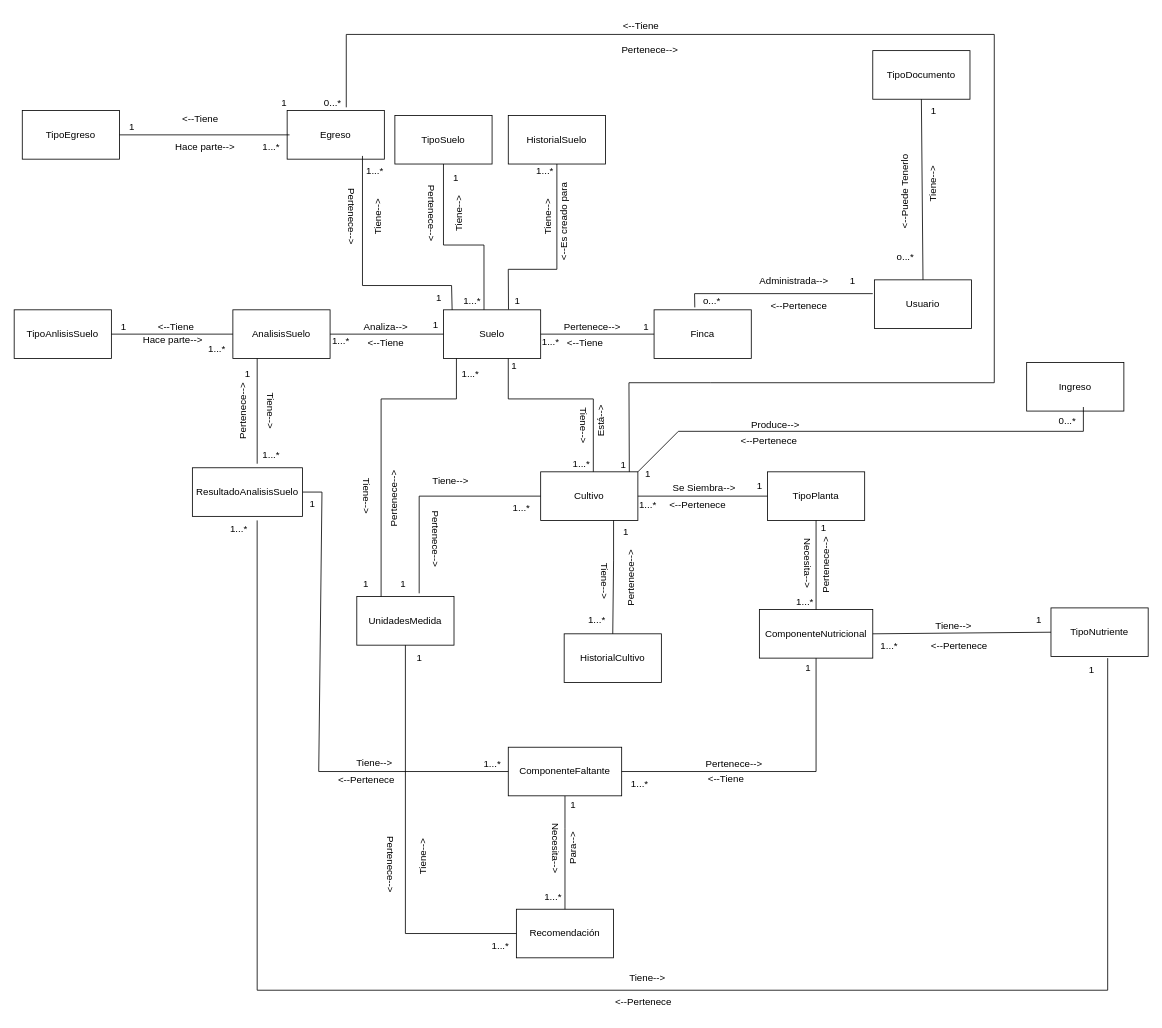
1193090526alexander/IngenieriaDeSotwareII keeps this draw.io diagram as proyecto de clase cropscan/CropScan.drawio. Above is the earlier version. Source tidied: cells renumbered, new cells numbered last; positions are measured from the earlier drawing's top-left corner, leaving out a move shared by most shapes. Both pictures are drawn from the tidied source at 81%, with x=0, y=0 at pixel (14, 14).
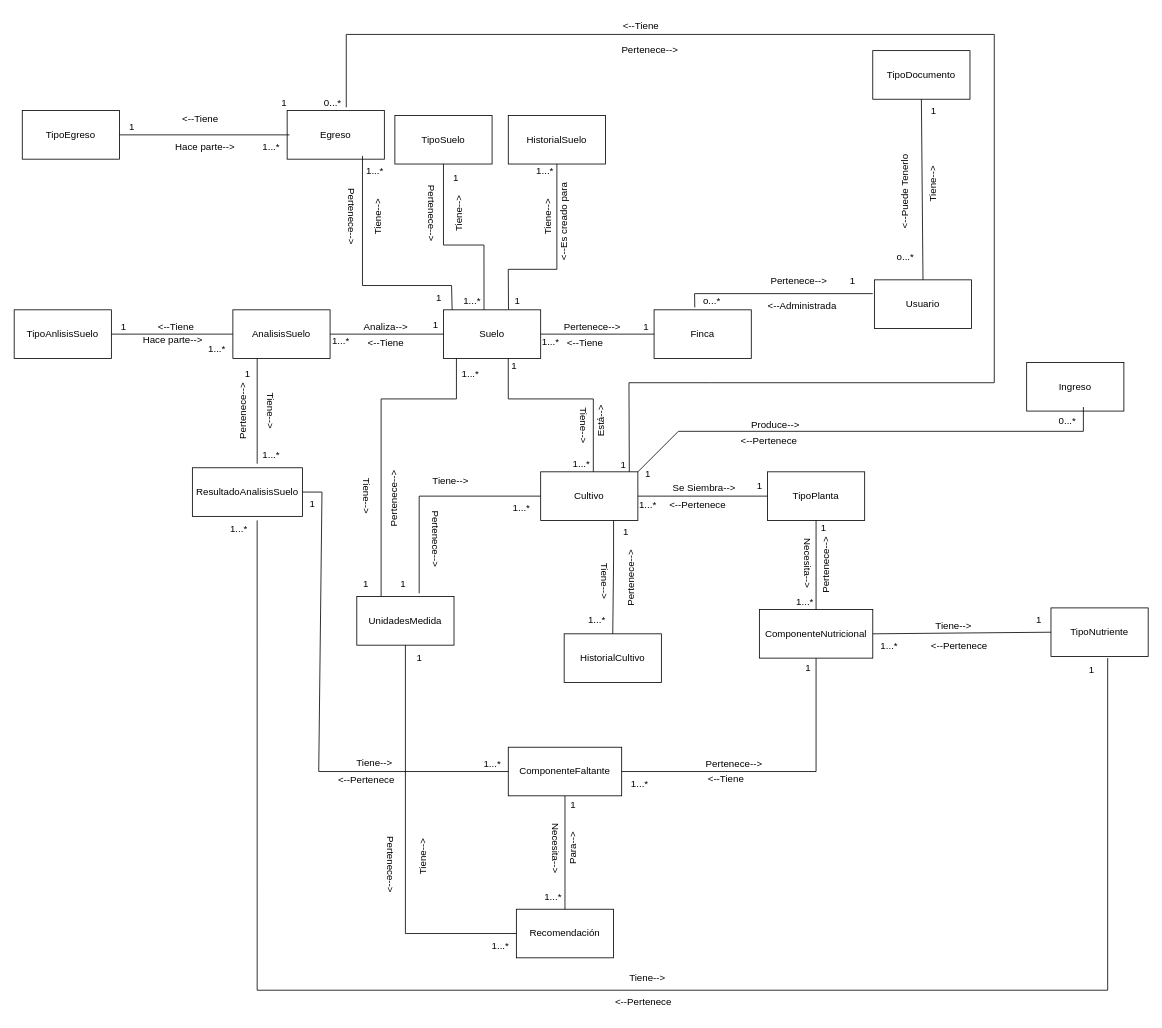
The same diagram, later.

Diff of the diagram source:
```diff
@@
-    <mxCell id="13" value="&amp;lt;--Pertenece" style="text;html=1;strokeColor=none;fillColor=none;align=center;verticalAlign=middle;whiteSpace=wrap;rounded=0;rotation=0;" parent="1" vertex="1">
-      <mxGeometry x="929" y="345" width="80" height="30" as="geometry" />
+    <mxCell id="13" value="Pertenece--&amp;gt;" style="text;html=1;strokeColor=none;fillColor=none;align=center;verticalAlign=middle;whiteSpace=wrap;rounded=0;rotation=0;" parent="1" vertex="1">
+      <mxGeometry x="929" y="315" width="80" height="30" as="geometry" />
     </mxCell>
-    <mxCell id="14" value="Administrada--&amp;gt;" style="text;html=1;strokeColor=none;fillColor=none;align=center;verticalAlign=middle;whiteSpace=wrap;rounded=0;rotation=0;" parent="1" vertex="1">
-      <mxGeometry x="916" y="315" width="94" height="30" as="geometry" />
+    <mxCell id="14" value="&amp;lt;--Administrada" style="text;html=1;strokeColor=none;fillColor=none;align=center;verticalAlign=middle;whiteSpace=wrap;rounded=0;rotation=0;" parent="1" vertex="1">
+      <mxGeometry x="926" y="345" width="94" height="30" as="geometry" />
     </mxCell>
```
